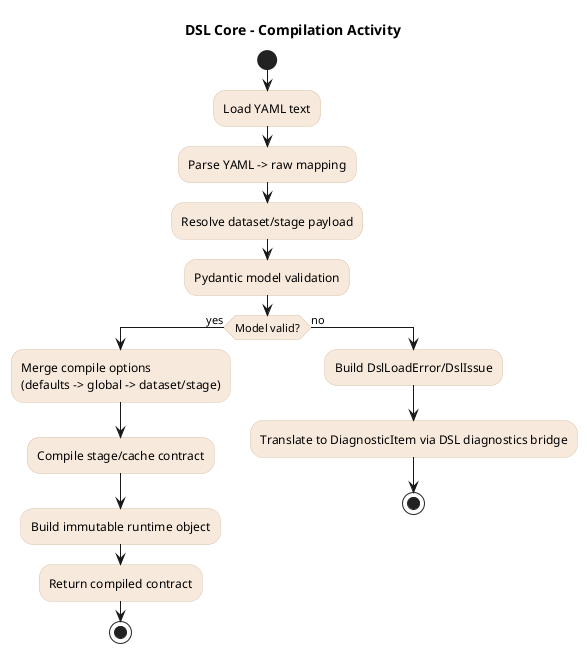
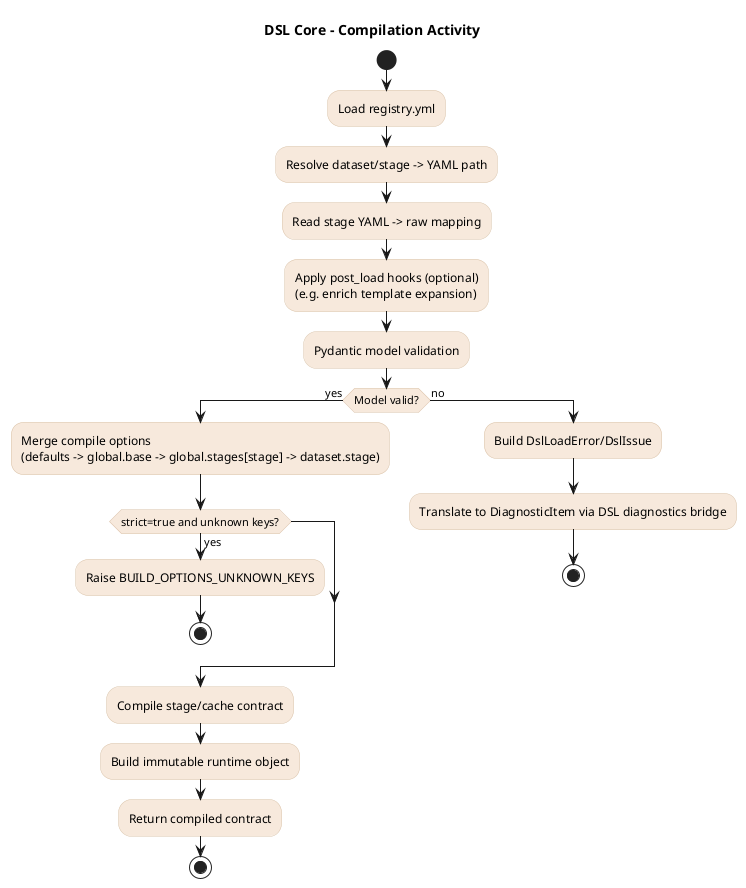
@startuml
title DSL Core - Compilation Activity

skinparam backgroundColor white
skinparam defaultFontName Arial
skinparam linetype ortho
skinparam activity {
  BackgroundColor #f7e9dc
  BorderColor #d9c2a8
}

start
- :Load YAML text;
- :Parse YAML -> raw mapping;
- :Resolve dataset/stage payload;
+ :Load registry.yml;
+ :Resolve dataset/stage -> YAML path;
+ :Read stage YAML -> raw mapping;
+ :Apply post_load hooks (optional)\n(e.g. enrich template expansion);
:Pydantic model validation;

if (Model valid?) then (yes)
-   :Merge compile options\n(defaults -> global -> dataset/stage);
+   :Merge compile options\n(defaults -> global.base -> global.stages[stage] -> dataset.stage);
+   if (strict=true and unknown keys?) then (yes)
+     :Raise BUILD_OPTIONS_UNKNOWN_KEYS;
+     stop
+   endif
  :Compile stage/cache contract;
  :Build immutable runtime object;
  :Return compiled contract;
  stop
else (no)
  :Build DslLoadError/DslIssue;
  :Translate to DiagnosticItem via DSL diagnostics bridge;
  stop
endif

@enduml
